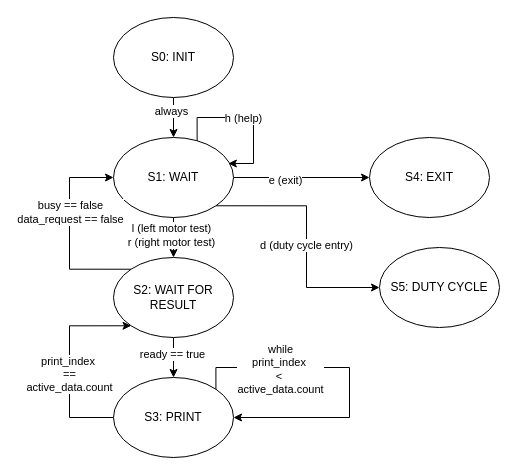
Before: LAB0x04/ME4305LAB0x04TUSTD.drawio in aVetrova04/ME4305, a draw.io diagram. Source tidied: cells renumbered, new cells numbered last; positions are measured from the earlier drawing's top-left corner, leaving out a move shared by most shapes. Both pictures are drawn from the tidied source at 100%, with x=0, y=0 at pixel (69, 17).
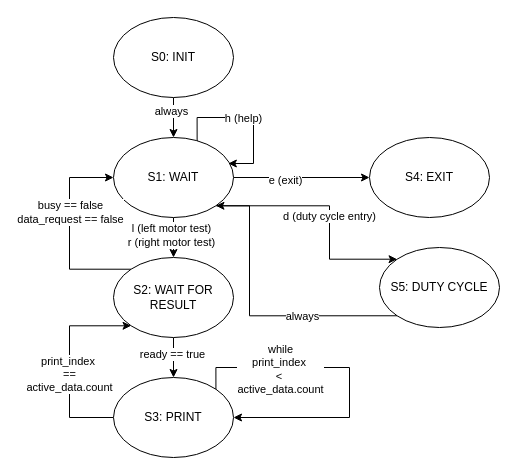
The same page after the edit.

The change refers to these unchanged cells:
```xml
<mxCell id="12" value="S1: WAIT" style="ellipse;whiteSpace=wrap;html=1;shapeInside=1;" parent="1" vertex="1">
  <mxGeometry x="44" y="120" width="120" height="80" as="geometry" />
</mxCell>
<mxCell id="26" value="S5: DUTY CYCLE" style="ellipse;whiteSpace=wrap;html=1;shapeInside=1;" parent="1" vertex="1">
  <mxGeometry x="310" y="230" width="120" height="80" as="geometry" />
</mxCell>
```

What changed in the source:
```diff
@@
-    <mxCell id="10" style="edgeStyle=orthogonalEdgeStyle;rounded=0;jettySize=auto;html=1;exitX=1;exitY=1;exitDx=0;exitDy=0;entryX=0;entryY=0.5;entryDx=0;entryDy=0;" parent="1" edge="1" source="12" target="26">
-      <mxGeometry relative="1" as="geometry" />
+    <mxCell id="10" style="edgeStyle=orthogonalEdgeStyle;rounded=0;jettySize=auto;html=1;exitX=1;exitY=1;exitDx=0;exitDy=0;entryX=0;entryY=0;entryDx=0;entryDy=0;" parent="1" edge="1" source="12" target="26">
+      <mxGeometry relative="1" as="geometry">
+        <Array as="points">
+          <mxPoint x="260" y="188.3" />
+          <mxPoint x="260" y="241.7" />
+        </Array>
+      </mxGeometry>
     </mxCell>
@@
+    <mxCell id="27" style="edgeStyle=orthogonalEdgeStyle;rounded=0;jettySize=auto;html=1;exitX=0;exitY=1;exitDx=0;exitDy=0;entryX=1;entryY=1;entryDx=0;entryDy=0;" parent="1" edge="1" source="26" target="12">
+      <mxGeometry relative="1" as="geometry">
+        <Array as="points">
+          <mxPoint x="180" y="298.3" />
+          <mxPoint x="180" y="188.3" />
+        </Array>
+      </mxGeometry>
+    </mxCell>
+    <mxCell id="28" value="always" style="edgeLabel;html=1;align=center;verticalAlign=middle;" parent="27" vertex="1">
+      <mxGeometry x="-0.35" relative="1" as="geometry" />
+    </mxCell>
```
